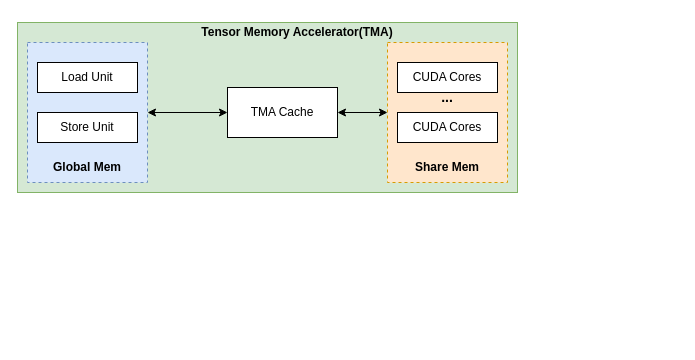
Before: ARM/deepGEMM.drawio in mailonghua/drawio, a draw.io diagram. Source tidied: cells renumbered, new cells numbered last; positions are measured from the earlier drawing's top-left corner, leaving out a move shared by most shapes. Both pictures are drawn from the tidied source at 100%, with x=0, y=0 at pixel (17, 17).
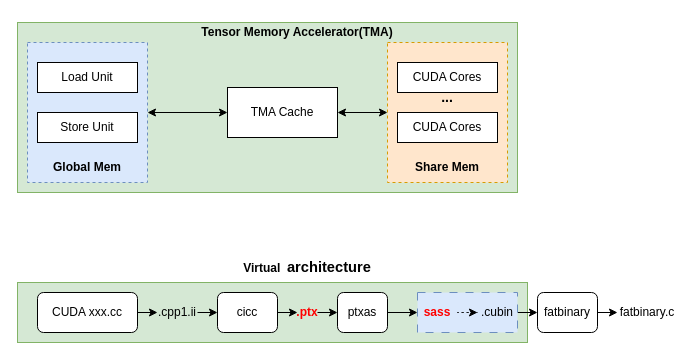
The same diagram, later.

What changed in the source:
```diff
@@
+    <mxCell id="16" style="rounded=0;whiteSpace=wrap;html=1;fillColor=#d5e8d4;strokeColor=#82b366;" parent="1" vertex="1">
+      <mxGeometry y="265" width="510" height="60" as="geometry" />
+    </mxCell>
@@
+    <mxCell id="17" style="edgeStyle=orthogonalEdgeStyle;rounded=0;jettySize=auto;html=1;exitX=1;exitY=0.5;exitDx=0;exitDy=0;entryX=0;entryY=0.5;entryDx=0;entryDy=0;" parent="1" edge="1" source="18" target="20">
+      <mxGeometry relative="1" as="geometry" />
+    </mxCell>
+    <mxCell id="18" value="CUDA xxx.cc" style="rounded=1;whiteSpace=wrap;html=1;" parent="1" vertex="1">
+      <mxGeometry x="20" y="275" width="100" height="40" as="geometry" />
+    </mxCell>
+    <mxCell id="19" style="edgeStyle=orthogonalEdgeStyle;rounded=0;jettySize=auto;html=1;exitX=1;exitY=0.5;exitDx=0;exitDy=0;entryX=0;entryY=0.5;entryDx=0;entryDy=0;" parent="1" edge="1" source="20" target="22">
+      <mxGeometry relative="1" as="geometry" />
+    </mxCell>
+    <mxCell id="20" value=".cpp1.ii" style="text;strokeColor=none;align=center;fillColor=none;html=1;verticalAlign=middle;whiteSpace=wrap;rounded=0;" parent="1" vertex="1">
+      <mxGeometry x="140" y="275" width="40" height="40" as="geometry" />
+    </mxCell>
+    <mxCell id="21" style="edgeStyle=orthogonalEdgeStyle;rounded=0;jettySize=auto;html=1;exitX=1;exitY=0.5;exitDx=0;exitDy=0;entryX=0;entryY=0.5;entryDx=0;entryDy=0;" parent="1" edge="1" source="22" target="24">
+      <mxGeometry relative="1" as="geometry" />
+    </mxCell>
+    <mxCell id="22" value="cicc" style="rounded=1;whiteSpace=wrap;html=1;" parent="1" vertex="1">
+      <mxGeometry x="200" y="275" width="60" height="40" as="geometry" />
+    </mxCell>
+    <mxCell id="23" style="edgeStyle=orthogonalEdgeStyle;rounded=0;jettySize=auto;html=1;exitX=1;exitY=0.5;exitDx=0;exitDy=0;entryX=0;entryY=0.5;entryDx=0;entryDy=0;" parent="1" edge="1" source="24" target="26">
+      <mxGeometry relative="1" as="geometry" />
+    </mxCell>
+    <mxCell id="24" value="&lt;b&gt;&lt;font style=&quot;color: rgb(255, 0, 0);&quot;&gt;.ptx&lt;/font&gt;&lt;/b&gt;" style="text;strokeColor=none;align=center;fillColor=none;html=1;verticalAlign=middle;whiteSpace=wrap;rounded=0;" parent="1" vertex="1">
+      <mxGeometry x="280" y="275" width="20" height="40" as="geometry" />
+    </mxCell>
+    <mxCell id="25" style="edgeStyle=orthogonalEdgeStyle;rounded=0;jettySize=auto;html=1;exitX=1;exitY=0.5;exitDx=0;exitDy=0;" parent="1" edge="1" source="26" target="34">
+      <mxGeometry relative="1" as="geometry" />
+    </mxCell>
+    <mxCell id="26" value="ptxas" style="rounded=1;whiteSpace=wrap;html=1;" parent="1" vertex="1">
+      <mxGeometry x="320" y="275" width="50" height="40" as="geometry" />
+    </mxCell>
+    <mxCell id="27" style="edgeStyle=orthogonalEdgeStyle;rounded=0;jettySize=auto;html=1;exitX=1;exitY=0.5;exitDx=0;exitDy=0;entryX=0;entryY=0.5;entryDx=0;entryDy=0;" parent="1" edge="1" source="35" target="29">
+      <mxGeometry relative="1" as="geometry" />
+    </mxCell>
+    <mxCell id="28" style="edgeStyle=orthogonalEdgeStyle;rounded=0;jettySize=auto;html=1;exitX=1;exitY=0.5;exitDx=0;exitDy=0;entryX=0;entryY=0.5;entryDx=0;entryDy=0;" parent="1" edge="1" source="29" target="30">
+      <mxGeometry relative="1" as="geometry" />
+    </mxCell>
+    <mxCell id="29" value="fatbinary" style="rounded=1;whiteSpace=wrap;html=1;" parent="1" vertex="1">
+      <mxGeometry x="520" y="275" width="60" height="40" as="geometry" />
+    </mxCell>
+    <mxCell id="30" value="fatbinary.c" style="text;strokeColor=none;align=center;fillColor=none;html=1;verticalAlign=middle;whiteSpace=wrap;rounded=0;" parent="1" vertex="1">
+      <mxGeometry x="600" y="275" width="60" height="40" as="geometry" />
+    </mxCell>
+    <mxCell id="31" style="group;" parent="1" vertex="1">
+      <mxGeometry x="400" y="275" width="100" height="40" as="geometry" />
+    </mxCell>
+    <mxCell id="32" style="rounded=0;whiteSpace=wrap;html=1;dashed=1;dashPattern=8 8;strokeWidth=1;fillColor=#dae8fc;strokeColor=#6c8ebf;" parent="31" vertex="1">
+      <mxGeometry width="100" height="40" as="geometry" />
+    </mxCell>
+    <mxCell id="33" style="edgeStyle=orthogonalEdgeStyle;rounded=0;jettySize=auto;html=1;dashed=1;dashPattern=1 4;" parent="31" edge="1" source="34" target="35">
+      <mxGeometry relative="1" as="geometry" />
+    </mxCell>
+    <mxCell id="34" value="&lt;font style=&quot;color: rgb(255, 0, 0);&quot;&gt;&lt;b&gt;sass&lt;/b&gt;&lt;/font&gt;" style="text;strokeColor=none;align=center;fillColor=none;html=1;verticalAlign=middle;whiteSpace=wrap;rounded=0;" parent="31" vertex="1">
+      <mxGeometry width="40" height="40" as="geometry" />
+    </mxCell>
+    <mxCell id="35" value=".cubin" style="text;strokeColor=none;align=center;fillColor=none;html=1;verticalAlign=middle;whiteSpace=wrap;rounded=0;" parent="31" vertex="1">
+      <mxGeometry x="60" width="40" height="40" as="geometry" />
+    </mxCell>
+    <mxCell id="36" value="Virtual&amp;nbsp;&amp;nbsp;&lt;span style=&quot;font-size: 11pt; font-family: 等线;&quot;&gt;architecture&lt;/span&gt;" style="text;strokeColor=none;align=center;fillColor=none;html=1;verticalAlign=middle;whiteSpace=wrap;rounded=0;fontStyle=1;" parent="1" vertex="1">
+      <mxGeometry x="205" y="235" width="170" height="30" as="geometry" />
+    </mxCell>
```
